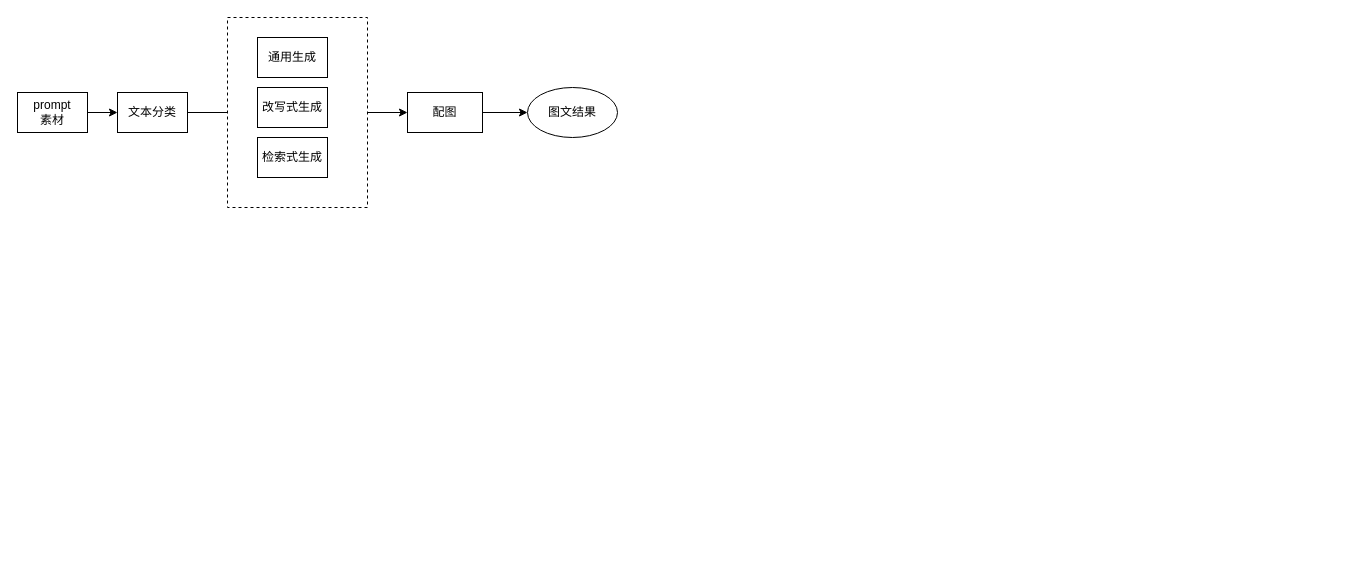
The draw.io diagram 图文生产.drawio in 2018liuyan/one, before the edit. Source tidied: cells renumbered, new cells numbered last; positions are measured from the earlier drawing's top-left corner, leaving out a move shared by most shapes. Both pictures are drawn from the tidied source at 100%, with x=0, y=0 at pixel (17, 17).
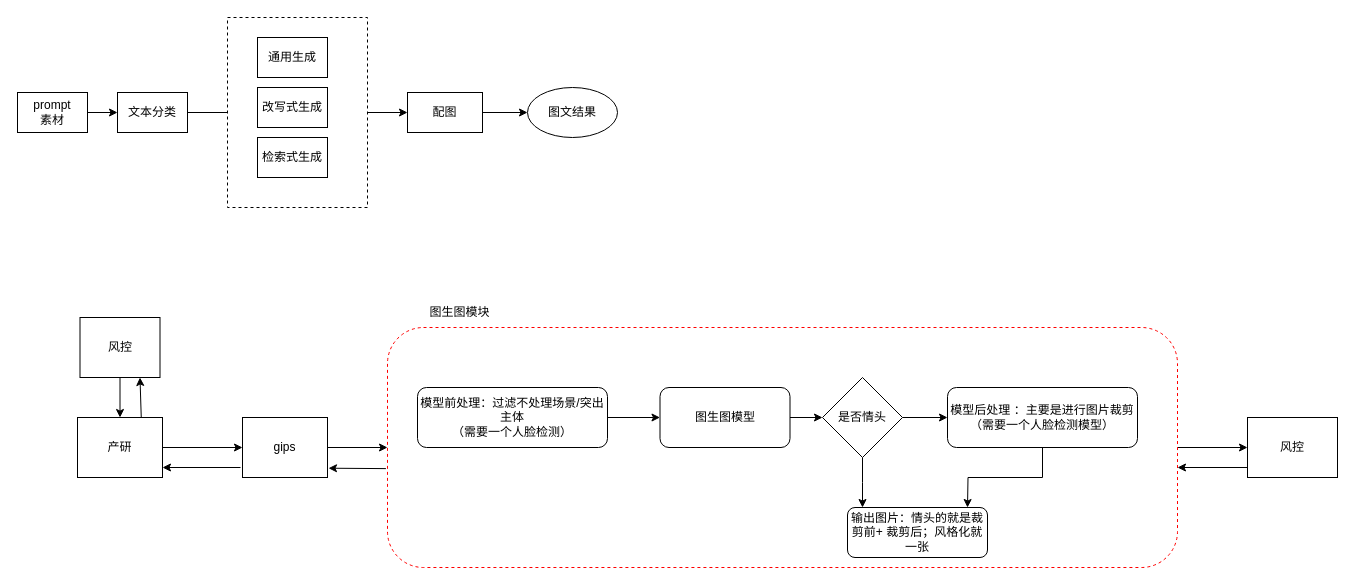
The same diagram, later.

Commit message:
更新图文生产.drawio

Change to the diagram source:
```diff
@@
+    <mxCell id="14" style="edgeStyle=orthogonalEdgeStyle;rounded=0;jettySize=auto;html=1;" parent="1" edge="1" source="15" target="32">
+      <mxGeometry relative="1" as="geometry" />
+    </mxCell>
+    <mxCell id="15" style="rounded=1;whiteSpace=wrap;html=1;dashed=1;strokeColor=#FF0000;" parent="1" vertex="1">
+      <mxGeometry x="370" y="310" width="790" height="240" as="geometry" />
+    </mxCell>
@@
+    <mxCell id="16" style="edgeStyle=orthogonalEdgeStyle;rounded=0;jettySize=auto;html=1;" parent="1" edge="1" source="17" target="19">
+      <mxGeometry relative="1" as="geometry" />
+    </mxCell>
+    <mxCell id="17" value="模型前处理：过滤不处理场景/突出主体&lt;br&gt;（需要一个人脸检测）" style="rounded=1;whiteSpace=wrap;html=1;" parent="1" vertex="1">
+      <mxGeometry x="400" y="370" width="190" height="60" as="geometry" />
+    </mxCell>
+    <mxCell id="18" style="edgeStyle=orthogonalEdgeStyle;rounded=0;jettySize=auto;html=1;" parent="1" edge="1" source="19" target="24">
+      <mxGeometry relative="1" as="geometry" />
+    </mxCell>
+    <mxCell id="19" value="图生图模型" style="rounded=1;whiteSpace=wrap;html=1;" parent="1" vertex="1">
+      <mxGeometry x="642.5" y="370" width="130" height="60" as="geometry" />
+    </mxCell>
+    <mxCell id="20" style="edgeStyle=orthogonalEdgeStyle;rounded=0;jettySize=auto;html=1;" parent="1" edge="1" source="21">
+      <mxGeometry relative="1" as="geometry">
+        <mxPoint x="950" y="490" as="targetPoint" />
+      </mxGeometry>
+    </mxCell>
+    <mxCell id="21" value="模型后处理 ：主要是进行图片裁剪&lt;br&gt;（需要一个人脸检测模型）" style="rounded=1;whiteSpace=wrap;html=1;" parent="1" vertex="1">
+      <mxGeometry x="930" y="370" width="190" height="60" as="geometry" />
+    </mxCell>
+    <mxCell id="22" style="edgeStyle=orthogonalEdgeStyle;rounded=0;jettySize=auto;html=1;" parent="1" edge="1" source="24" target="21">
+      <mxGeometry relative="1" as="geometry" />
+    </mxCell>
+    <mxCell id="23" style="edgeStyle=orthogonalEdgeStyle;rounded=0;jettySize=auto;html=1;" parent="1" edge="1" source="24">
+      <mxGeometry relative="1" as="geometry">
+        <mxPoint x="845" y="490" as="targetPoint" />
+      </mxGeometry>
+    </mxCell>
+    <mxCell id="24" value="是否情头" style="rhombus;whiteSpace=wrap;html=1;" parent="1" vertex="1">
+      <mxGeometry x="805" y="360" width="80" height="80" as="geometry" />
+    </mxCell>
+    <mxCell id="25" value="输出图片：情头的就是裁剪前+ 裁剪后；风格化就一张" style="rounded=1;whiteSpace=wrap;html=1;" parent="1" vertex="1">
+      <mxGeometry x="830" y="490" width="140" height="50" as="geometry" />
+    </mxCell>
+    <mxCell id="26" style="edgeStyle=orthogonalEdgeStyle;rounded=0;jettySize=auto;html=1;" parent="1" edge="1" source="27" target="29">
+      <mxGeometry relative="1" as="geometry" />
+    </mxCell>
+    <mxCell id="27" value="产研" style="rounded=0;whiteSpace=wrap;html=1;" parent="1" vertex="1">
+      <mxGeometry x="60" y="400" width="85" height="60" as="geometry" />
+    </mxCell>
+    <mxCell id="28" style="edgeStyle=orthogonalEdgeStyle;rounded=0;jettySize=auto;html=1;" parent="1" edge="1" source="29" target="15">
+      <mxGeometry relative="1" as="geometry" />
+    </mxCell>
+    <mxCell id="29" value="gips" style="rounded=0;whiteSpace=wrap;html=1;" parent="1" vertex="1">
+      <mxGeometry x="225" y="400" width="85" height="60" as="geometry" />
+    </mxCell>
+    <mxCell id="30" style="edgeStyle=orthogonalEdgeStyle;rounded=0;jettySize=auto;html=1;" parent="1" edge="1" source="31" target="27">
+      <mxGeometry relative="1" as="geometry" />
+    </mxCell>
+    <mxCell id="31" value="风控" style="rounded=0;whiteSpace=wrap;html=1;" parent="1" vertex="1">
+      <mxGeometry x="62.5" y="300" width="80" height="60" as="geometry" />
+    </mxCell>
+    <mxCell id="32" value="风控" style="rounded=0;whiteSpace=wrap;html=1;" parent="1" vertex="1">
+      <mxGeometry x="1230" y="400" width="90" height="60" as="geometry" />
+    </mxCell>
+    <mxCell id="33" style="endArrow=classic;html=1;rounded=0;exitX=-0.002;exitY=0.588;exitDx=0;exitDy=0;exitPerimeter=0;entryX=1.012;entryY=0.845;entryDx=0;entryDy=0;entryPerimeter=0;" parent="1" edge="1" source="15" target="29">
+      <mxGeometry relative="1" as="geometry" />
+    </mxCell>
+    <mxCell id="34" style="endArrow=classic;html=1;rounded=0;" parent="1" edge="1">
+      <mxGeometry relative="1" as="geometry">
+        <mxPoint x="223" y="450" as="sourcePoint" />
+        <mxPoint x="145" y="450" as="targetPoint" />
+      </mxGeometry>
+    </mxCell>
+    <mxCell id="35" style="endArrow=classic;html=1;rounded=0;" parent="1" edge="1">
+      <mxGeometry relative="1" as="geometry">
+        <mxPoint x="1230" y="450" as="sourcePoint" />
+        <mxPoint x="1160" y="450" as="targetPoint" />
+      </mxGeometry>
+    </mxCell>
+    <mxCell id="36" style="endArrow=classic;html=1;rounded=0;entryX=0.75;entryY=1;entryDx=0;entryDy=0;exitX=0.75;exitY=0;exitDx=0;exitDy=0;" parent="1" edge="1" source="27" target="31">
+      <mxGeometry relative="1" as="geometry" />
+    </mxCell>
+    <mxCell id="37" value="图生图模块" style="text;html=1;strokeColor=none;fillColor=none;align=center;verticalAlign=middle;whiteSpace=wrap;rounded=0;" parent="1" vertex="1">
+      <mxGeometry x="400" y="280" width="85" height="30" as="geometry" />
+    </mxCell>
```
